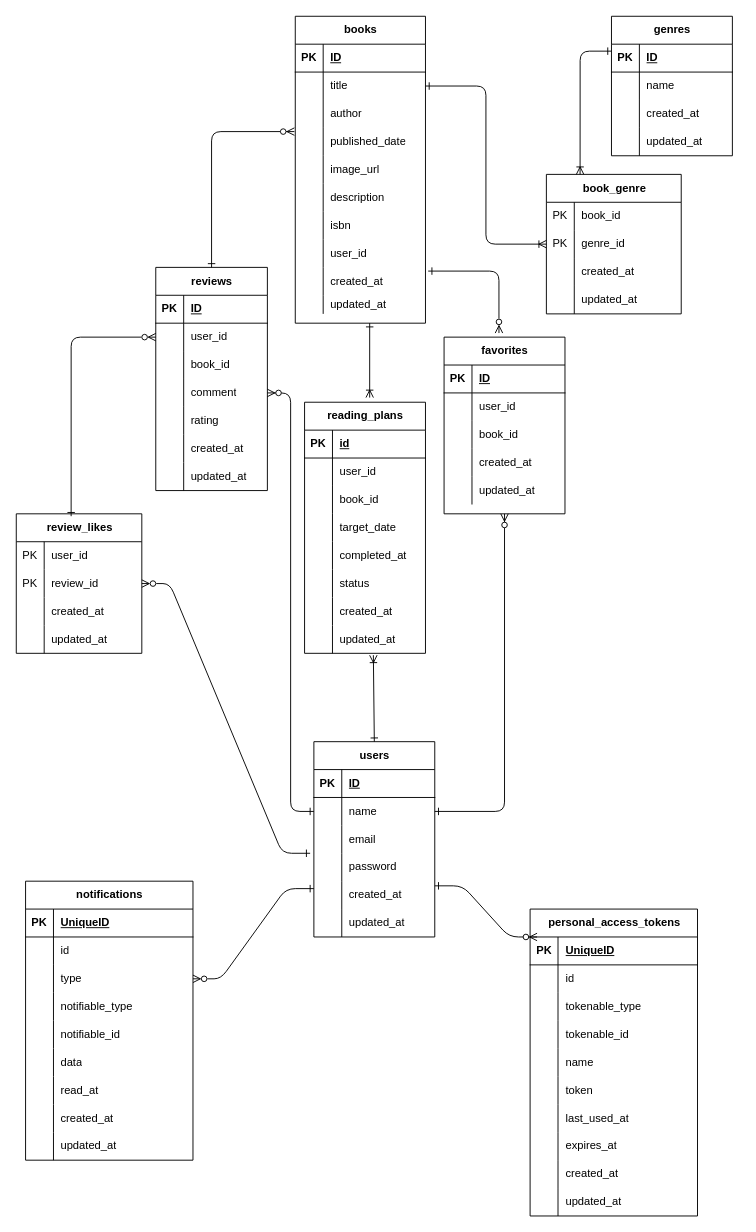
Above: docs/er-diagram.drawio in aiwing001/bookshelf-app (draw.io), before the change. Source tidied: cells renumbered, new cells numbered last; positions are measured from the earlier drawing's top-left corner, leaving out a move shared by most shapes. Both pictures are drawn from the tidied source at 93%, with x=0, y=0 at pixel (16, 16).
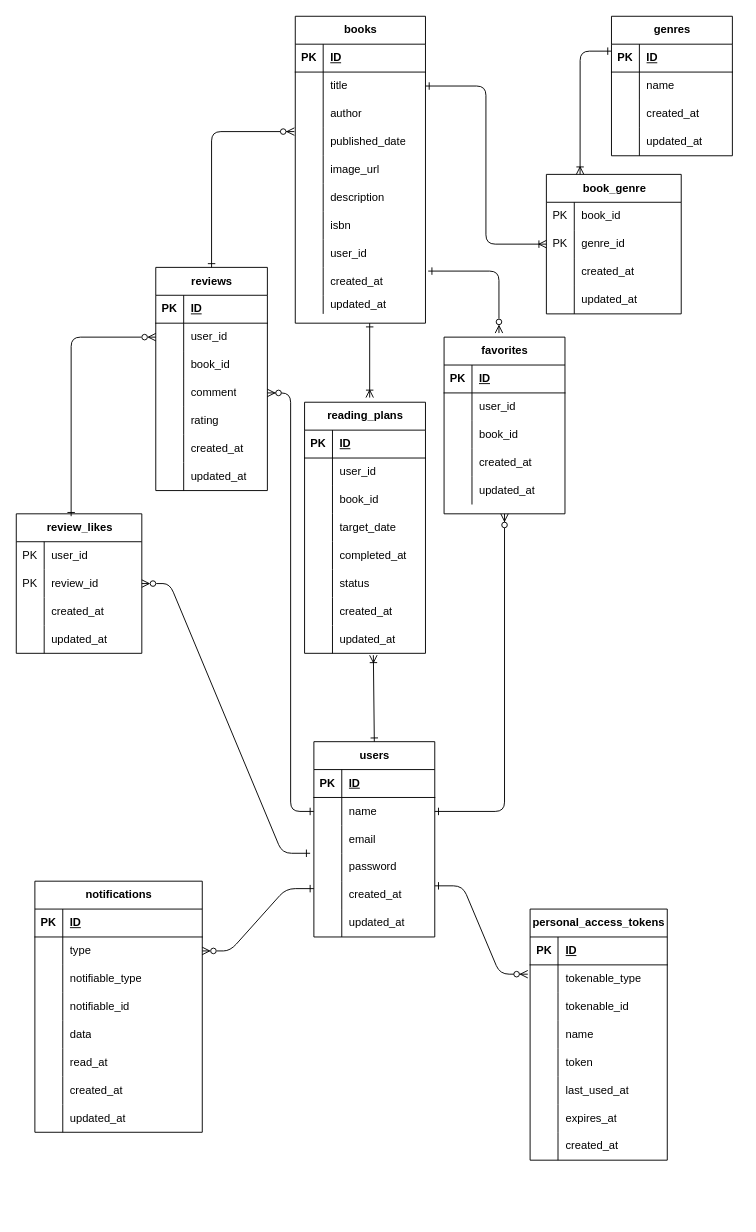
After the change.

Unchanged cells that the change refers to:
```xml
<mxCell id="15" style="shape=tableRow;horizontal=0;startSize=0;swimlaneHead=0;swimlaneBody=0;fillColor=none;points=[[0,0.5],[1,0.5]];portConstraint=eastwest;top=0;left=0;right=0;bottom=0;" parent="2" vertex="1">
  <mxGeometry y="150" width="130" height="30" as="geometry" />
</mxCell>
<mxCell id="139" style="shape=tableRow;horizontal=0;startSize=0;swimlaneHead=0;swimlaneBody=0;fillColor=none;top=0;left=0;right=0;bottom=1;" parent="138" vertex="1">
  <mxGeometry y="30" width="130" height="30" as="geometry" />
</mxCell>
<mxCell id="166" style="shape=tableRow;horizontal=0;startSize=0;swimlaneHead=0;swimlaneBody=0;fillColor=none;top=0;left=0;right=0;bottom=1;" parent="165" vertex="1">
  <mxGeometry y="30" width="180" height="30" as="geometry" />
</mxCell>
```

The edit, as a diff of the source:
```diff
@@
-    <mxCell id="141" value="id" style="shape=partialRectangle;fillColor=none;top=0;left=0;bottom=0;right=0;align=left;spacingLeft=6;fontStyle=5;overflow=hidden;whiteSpace=wrap;html=1;" parent="139" vertex="1">
+    <mxCell id="141" value="&lt;span style=&quot;color: rgb(0, 0, 0);&quot;&gt;ID&lt;/span&gt;" style="shape=partialRectangle;fillColor=none;top=0;left=0;bottom=0;right=0;align=left;spacingLeft=6;fontStyle=5;overflow=hidden;whiteSpace=wrap;html=1;" parent="139" vertex="1">
       <mxGeometry x="30" width="100" height="30" as="geometry" />
     </mxCell>
@@
     <mxCell id="165" value="notifications" style="shape=table;startSize=30;childLayout=tableLayout;rowLines=0;fontStyle=1;align=center;html=1;" parent="1" vertex="1">
-      <mxGeometry x="10" y="930" width="180" height="300" as="geometry" />
+      <mxGeometry x="20" y="930" width="180" height="270" as="geometry" />
     </mxCell>
@@
-    <mxCell id="168" value="UniqueID" style="shape=partialRectangle;fillColor=none;top=0;left=0;bottom=0;right=0;align=left;spacingLeft=6;fontStyle=5;overflow=hidden;whiteSpace=wrap;html=1;" parent="166" vertex="1">
+    <mxCell id="168" value="&lt;span style=&quot;color: rgb(0, 0, 0);&quot;&gt;ID&lt;/span&gt;" style="shape=partialRectangle;fillColor=none;top=0;left=0;bottom=0;right=0;align=left;spacingLeft=6;fontStyle=5;overflow=hidden;whiteSpace=wrap;html=1;" parent="166" vertex="1">
       <mxGeometry x="30" width="150" height="30" as="geometry" />
     </mxCell>
-    <mxCell id="169" style="shape=tableRow;horizontal=0;startSize=0;swimlaneHead=0;swimlaneBody=0;fillColor=none;top=0;left=0;right=0;bottom=0;" parent="165" vertex="1">
-      <mxGeometry y="60" width="180" height="30" as="geometry" />
-    </mxCell>
-    <mxCell id="170" style="shape=partialRectangle;fillColor=none;top=0;left=0;bottom=0;right=0;overflow=hidden;whiteSpace=wrap;html=1;" parent="169" vertex="1">
-      <mxGeometry width="30" height="30" as="geometry" />
-    </mxCell>
-    <mxCell id="171" value="id" style="shape=partialRectangle;fillColor=none;top=0;left=0;bottom=0;right=0;align=left;spacingLeft=6;overflow=hidden;whiteSpace=wrap;html=1;" parent="169" vertex="1">
-      <mxGeometry x="30" width="150" height="30" as="geometry" />
-    </mxCell>
     <mxCell id="172" style="shape=tableRow;horizontal=0;startSize=0;swimlaneHead=0;swimlaneBody=0;fillColor=none;points=[[0,0.5],[1,0.5]];portConstraint=eastwest;top=0;left=0;right=0;bottom=0;" parent="165" vertex="1">
-      <mxGeometry y="90" width="180" height="30" as="geometry" />
+      <mxGeometry y="60" width="180" height="30" as="geometry" />
     </mxCell>
@@
     <mxCell id="175" style="shape=tableRow;horizontal=0;startSize=0;swimlaneHead=0;swimlaneBody=0;fillColor=none;top=0;left=0;right=0;bottom=0;" parent="165" vertex="1">
-      <mxGeometry y="120" width="180" height="30" as="geometry" />
+      <mxGeometry y="90" width="180" height="30" as="geometry" />
     </mxCell>
@@
     <mxCell id="178" style="shape=tableRow;horizontal=0;startSize=0;swimlaneHead=0;swimlaneBody=0;fillColor=none;top=0;left=0;right=0;bottom=0;" parent="165" vertex="1">
-      <mxGeometry y="150" width="180" height="30" as="geometry" />
+      <mxGeometry y="120" width="180" height="30" as="geometry" />
     </mxCell>
@@
     <mxCell id="181" style="shape=tableRow;horizontal=0;startSize=0;swimlaneHead=0;swimlaneBody=0;fillColor=none;top=0;left=0;right=0;bottom=0;" parent="165" vertex="1">
-      <mxGeometry y="180" width="180" height="30" as="geometry" />
+      <mxGeometry y="150" width="180" height="30" as="geometry" />
     </mxCell>
@@
     <mxCell id="184" style="shape=tableRow;horizontal=0;startSize=0;swimlaneHead=0;swimlaneBody=0;fillColor=none;top=0;left=0;right=0;bottom=0;" parent="165" vertex="1">
-      <mxGeometry y="210" width="180" height="30" as="geometry" />
+      <mxGeometry y="180" width="180" height="30" as="geometry" />
     </mxCell>
@@
     <mxCell id="187" style="shape=tableRow;horizontal=0;startSize=0;swimlaneHead=0;swimlaneBody=0;fillColor=none;top=0;left=0;right=0;bottom=0;" parent="165" vertex="1">
-      <mxGeometry y="240" width="180" height="30" as="geometry" />
+      <mxGeometry y="210" width="180" height="30" as="geometry" />
     </mxCell>
@@
     <mxCell id="190" style="shape=tableRow;horizontal=0;startSize=0;swimlaneHead=0;swimlaneBody=0;fillColor=none;top=0;left=0;right=0;bottom=0;" parent="165" vertex="1">
-      <mxGeometry y="270" width="180" height="30" as="geometry" />
+      <mxGeometry y="240" width="180" height="30" as="geometry" />
     </mxCell>
@@
     <mxCell id="194" value="personal_access_tokens" style="shape=table;startSize=30;childLayout=tableLayout;rowLines=0;fontStyle=1;align=center;html=1;" parent="1" vertex="1">
-      <mxGeometry x="552.5" y="960" width="180" height="330" as="geometry" />
+      <mxGeometry x="552.5" y="960" width="147.5" height="270" as="geometry" />
     </mxCell>
     <mxCell id="195" style="shape=tableRow;horizontal=0;startSize=0;swimlaneHead=0;swimlaneBody=0;fillColor=none;top=0;left=0;right=0;bottom=1;" parent="194" vertex="1">
-      <mxGeometry y="30" width="180" height="30" as="geometry" />
+      <mxGeometry y="30" width="147.5" height="30" as="geometry" />
     </mxCell>
@@
-    <mxCell id="197" value="UniqueID" style="shape=partialRectangle;fillColor=none;top=0;left=0;bottom=0;right=0;align=left;spacingLeft=6;fontStyle=5;overflow=hidden;whiteSpace=wrap;html=1;" parent="195" vertex="1">
-      <mxGeometry x="30" width="150" height="30" as="geometry" />
+    <mxCell id="197" value="&lt;span style=&quot;color: rgb(0, 0, 0);&quot;&gt;ID&lt;/span&gt;" style="shape=partialRectangle;fillColor=none;top=0;left=0;bottom=0;right=0;align=left;spacingLeft=6;fontStyle=5;overflow=hidden;whiteSpace=wrap;html=1;" parent="195" vertex="1">
+      <mxGeometry x="30" width="117.5" height="30" as="geometry" />
     </mxCell>
-    <mxCell id="198" style="shape=tableRow;horizontal=0;startSize=0;swimlaneHead=0;swimlaneBody=0;fillColor=none;top=0;left=0;right=0;bottom=0;" parent="194" vertex="1">
-      <mxGeometry y="60" width="180" height="30" as="geometry" />
-    </mxCell>
-    <mxCell id="199" style="shape=partialRectangle;fillColor=none;top=0;left=0;bottom=0;right=0;overflow=hidden;whiteSpace=wrap;html=1;" parent="198" vertex="1">
-      <mxGeometry width="30" height="30" as="geometry" />
-    </mxCell>
-    <mxCell id="200" value="id" style="shape=partialRectangle;fillColor=none;top=0;left=0;bottom=0;right=0;align=left;spacingLeft=6;overflow=hidden;whiteSpace=wrap;html=1;" parent="198" vertex="1">
-      <mxGeometry x="30" width="150" height="30" as="geometry" />
-    </mxCell>
     <mxCell id="201" style="shape=tableRow;horizontal=0;startSize=0;swimlaneHead=0;swimlaneBody=0;fillColor=none;top=0;left=0;right=0;bottom=0;" parent="194" vertex="1">
-      <mxGeometry y="90" width="180" height="30" as="geometry" />
+      <mxGeometry y="60" width="147.5" height="30" as="geometry" />
     </mxCell>
@@
     <mxCell id="203" value="tokenable_type" style="shape=partialRectangle;fillColor=none;top=0;left=0;bottom=0;right=0;align=left;spacingLeft=6;overflow=hidden;whiteSpace=wrap;html=1;" parent="201" vertex="1">
-      <mxGeometry x="30" width="150" height="30" as="geometry" />
+      <mxGeometry x="30" width="117.5" height="30" as="geometry" />
     </mxCell>
     <mxCell id="204" style="shape=tableRow;horizontal=0;startSize=0;swimlaneHead=0;swimlaneBody=0;fillColor=none;top=0;left=0;right=0;bottom=0;" parent="194" vertex="1">
-      <mxGeometry y="120" width="180" height="30" as="geometry" />
+      <mxGeometry y="90" width="147.5" height="30" as="geometry" />
     </mxCell>
@@
     <mxCell id="206" value="tokenable_id" style="shape=partialRectangle;fillColor=none;top=0;left=0;bottom=0;right=0;align=left;spacingLeft=6;overflow=hidden;whiteSpace=wrap;html=1;" parent="204" vertex="1">
-      <mxGeometry x="30" width="150" height="30" as="geometry" />
+      <mxGeometry x="30" width="117.5" height="30" as="geometry" />
     </mxCell>
     <mxCell id="207" style="shape=tableRow;horizontal=0;startSize=0;swimlaneHead=0;swimlaneBody=0;fillColor=none;top=0;left=0;right=0;bottom=0;" parent="194" vertex="1">
-      <mxGeometry y="150" width="180" height="30" as="geometry" />
+      <mxGeometry y="120" width="147.5" height="30" as="geometry" />
     </mxCell>
@@
     <mxCell id="209" value="name" style="shape=partialRectangle;fillColor=none;top=0;left=0;bottom=0;right=0;align=left;spacingLeft=6;overflow=hidden;whiteSpace=wrap;html=1;" parent="207" vertex="1">
-      <mxGeometry x="30" width="150" height="30" as="geometry" />
+      <mxGeometry x="30" width="117.5" height="30" as="geometry" />
     </mxCell>
     <mxCell id="210" style="shape=tableRow;horizontal=0;startSize=0;swimlaneHead=0;swimlaneBody=0;fillColor=none;top=0;left=0;right=0;bottom=0;" parent="194" vertex="1">
-      <mxGeometry y="180" width="180" height="30" as="geometry" />
+      <mxGeometry y="150" width="147.5" height="30" as="geometry" />
     </mxCell>
@@
     <mxCell id="212" value="token" style="shape=partialRectangle;fillColor=none;top=0;left=0;bottom=0;right=0;align=left;spacingLeft=6;overflow=hidden;whiteSpace=wrap;html=1;" parent="210" vertex="1">
-      <mxGeometry x="30" width="150" height="30" as="geometry" />
+      <mxGeometry x="30" width="117.5" height="30" as="geometry" />
     </mxCell>
     <mxCell id="213" style="shape=tableRow;horizontal=0;startSize=0;swimlaneHead=0;swimlaneBody=0;fillColor=none;top=0;left=0;right=0;bottom=0;" parent="194" vertex="1">
-      <mxGeometry y="210" width="180" height="30" as="geometry" />
+      <mxGeometry y="180" width="147.5" height="30" as="geometry" />
     </mxCell>
@@
     <mxCell id="215" value="last_used_at" style="shape=partialRectangle;fillColor=none;top=0;left=0;bottom=0;right=0;align=left;spacingLeft=6;overflow=hidden;whiteSpace=wrap;html=1;" parent="213" vertex="1">
-      <mxGeometry x="30" width="150" height="30" as="geometry" />
+      <mxGeometry x="30" width="117.5" height="30" as="geometry" />
     </mxCell>
     <mxCell id="216" style="shape=tableRow;horizontal=0;startSize=0;swimlaneHead=0;swimlaneBody=0;fillColor=none;top=0;left=0;right=0;bottom=0;" parent="194" vertex="1">
-      <mxGeometry y="240" width="180" height="30" as="geometry" />
+      <mxGeometry y="210" width="147.5" height="30" as="geometry" />
     </mxCell>
@@
     <mxCell id="218" value="expires_at" style="shape=partialRectangle;fillColor=none;top=0;left=0;bottom=0;right=0;align=left;spacingLeft=6;overflow=hidden;whiteSpace=wrap;html=1;" parent="216" vertex="1">
-      <mxGeometry x="30" width="150" height="30" as="geometry" />
+      <mxGeometry x="30" width="117.5" height="30" as="geometry" />
     </mxCell>
     <mxCell id="219" style="shape=tableRow;horizontal=0;startSize=0;swimlaneHead=0;swimlaneBody=0;fillColor=none;top=0;left=0;right=0;bottom=0;" parent="194" vertex="1">
-      <mxGeometry y="270" width="180" height="30" as="geometry" />
+      <mxGeometry y="240" width="147.5" height="30" as="geometry" />
     </mxCell>
@@
     <mxCell id="221" value="created_at" style="shape=partialRectangle;fillColor=none;top=0;left=0;bottom=0;right=0;align=left;spacingLeft=6;overflow=hidden;whiteSpace=wrap;html=1;" parent="219" vertex="1">
-      <mxGeometry x="30" width="150" height="30" as="geometry" />
+      <mxGeometry x="30" width="117.5" height="30" as="geometry" />
     </mxCell>
-    <mxCell id="222" style="shape=tableRow;horizontal=0;startSize=0;swimlaneHead=0;swimlaneBody=0;fillColor=none;top=0;left=0;right=0;bottom=0;" parent="194" vertex="1">
-      <mxGeometry y="300" width="180" height="30" as="geometry" />
-    </mxCell>
-    <mxCell id="223" style="shape=partialRectangle;fillColor=none;top=0;left=0;bottom=0;right=0;overflow=hidden;whiteSpace=wrap;html=1;" parent="222" vertex="1">
-      <mxGeometry width="30" height="30" as="geometry" />
-    </mxCell>
-    <mxCell id="224" value="updated_at" style="shape=partialRectangle;fillColor=none;top=0;left=0;bottom=0;right=0;align=left;spacingLeft=6;overflow=hidden;whiteSpace=wrap;html=1;" parent="222" vertex="1">
-      <mxGeometry x="30" width="150" height="30" as="geometry" />
-    </mxCell>
     <mxCell id="225" style="edgeStyle=entityRelationEdgeStyle;fontSize=12;html=1;endArrow=ERzeroToMany;endFill=1;exitX=1;exitY=0.167;exitDx=0;exitDy=0;exitPerimeter=0;startArrow=ERone;startFill=0;" parent="1" edge="1" source="15">
       <mxGeometry relative="1" as="geometry">
-        <mxPoint x="560" y="990" as="targetPoint" />
+        <mxPoint x="550" y="1030" as="targetPoint" />
       </mxGeometry>
     </mxCell>
```
